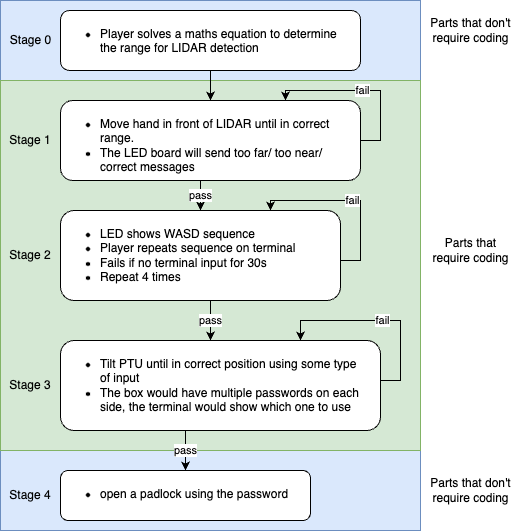
The draw.io diagram image/flowchart.drawio.png in jtho4403/Escape-Room, before a commit. Source tidied: cells renumbered, new cells last; positions are measured from the earlier drawing's top-left corner, leaving out a move shared by most shapes.
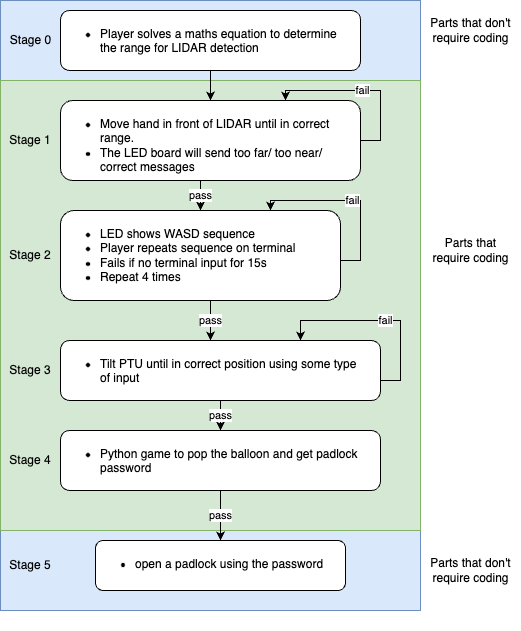
After the commit.

The edit, as a diff of the source:
```diff
@@ -2,26 +2,26 @@
   <root>
     <mxCell id="0" />
     <mxCell id="1" parent="0" />
-    <mxCell id="2" style="rounded=0;whiteSpace=wrap;html=1;strokeColor=none;" parent="1" vertex="1">
-      <mxGeometry width="520" height="530" as="geometry" />
-    </mxCell>
-    <mxCell id="3" style="rounded=0;whiteSpace=wrap;html=1;fillColor=#dae8fc;strokeColor=#6c8ebf;" parent="1" vertex="1">
-      <mxGeometry width="420" height="80" as="geometry" />
-    </mxCell>
-    <mxCell id="4" style="rounded=0;whiteSpace=wrap;html=1;fillColor=#dae8fc;strokeColor=#6c8ebf;" parent="1" vertex="1">
-      <mxGeometry y="450" width="420" height="80" as="geometry" />
-    </mxCell>
-    <mxCell id="5" style="rounded=0;whiteSpace=wrap;html=1;fillColor=#d5e8d4;strokeColor=#82b366;" parent="1" vertex="1">
-      <mxGeometry y="80" width="420" height="370" as="geometry" />
-    </mxCell>
-    <mxCell id="6" value="pass" style="edgeStyle=orthogonalEdgeStyle;rounded=0;jettySize=auto;html=1;" parent="1" edge="1" source="7" target="12">
-      <mxGeometry relative="1" as="geometry">
-        <Array as="points">
-          <mxPoint x="200" y="190" />
-          <mxPoint x="200" y="190" />
-        </Array>
-      </mxGeometry>
-    </mxCell>
+    <mxCell id="26" style="rounded=0;whiteSpace=wrap;html=1;strokeColor=none;" parent="1" vertex="1">
+      <mxGeometry width="520" height="630" as="geometry" />
+    </mxCell>
+    <mxCell id="27" style="rounded=0;whiteSpace=wrap;html=1;fillColor=#dae8fc;strokeColor=#6c8ebf;" parent="1" vertex="1">
+      <mxGeometry width="420" height="80" as="geometry" />
+    </mxCell>
+    <mxCell id="28" style="rounded=0;whiteSpace=wrap;html=1;fillColor=#dae8fc;strokeColor=#6c8ebf;" parent="1" vertex="1">
+      <mxGeometry y="530" width="420" height="80" as="geometry" />
+    </mxCell>
+    <mxCell id="29" style="rounded=0;whiteSpace=wrap;html=1;fillColor=#d5e8d4;strokeColor=#82b366;" parent="1" vertex="1">
+      <mxGeometry y="80" width="420" height="450" as="geometry" />
+    </mxCell>
+    <mxCell id="30" value="pass" style="edgeStyle=orthogonalEdgeStyle;rounded=0;jettySize=auto;html=1;" parent="1" edge="1" source="7" target="33">
+      <mxGeometry relative="1" as="geometry">
+        <Array as="points">
+          <mxPoint x="200" y="190" />
+          <mxPoint x="200" y="190" />
+        </Array>
+      </mxGeometry>
+    </mxCell>
     <mxCell id="7" value="&lt;ul&gt;&lt;li&gt;Move hand in front of LIDAR until in correct range.&lt;/li&gt;&lt;li&gt;The LED board will send too far/ too near/ correct messages&lt;/li&gt;&lt;/ul&gt;" style="rounded=1;whiteSpace=wrap;html=1;verticalAlign=top;align=left;spacingLeft=0;spacing=0;" parent="1" vertex="1">
       <mxGeometry x="60" y="100" width="300" height="80" as="geometry" />
     </mxCell>
@@ -31,27 +31,27 @@
     <mxCell id="9" value="Stage 2" style="text;html=1;strokeColor=none;fillColor=none;align=center;verticalAlign=middle;whiteSpace=wrap;rounded=0;" parent="1" vertex="1">
       <mxGeometry y="240" width="60" height="30" as="geometry" />
     </mxCell>
-    <mxCell id="10" value="fail" style="edgeStyle=orthogonalEdgeStyle;rounded=0;orthogonalLoop=1;jettySize=auto;html=1;exitX=1;exitY=0.5;exitDx=0;exitDy=0;entryX=0.75;entryY=0;entryDx=0;entryDy=0;" parent="1" edge="1" source="12" target="12">
-      <mxGeometry relative="1" as="geometry">
-        <Array as="points">
-          <mxPoint x="340" y="260" />
-          <mxPoint x="360" y="260" />
-          <mxPoint x="360" y="200" />
-          <mxPoint x="270" y="200" />
-        </Array>
-      </mxGeometry>
-    </mxCell>
-    <mxCell id="11" value="pass" style="edgeStyle=orthogonalEdgeStyle;rounded=0;jettySize=auto;html=1;" parent="1" edge="1" source="12" target="17">
-      <mxGeometry relative="1" as="geometry">
-        <Array as="points">
-          <mxPoint x="210" y="310" />
-          <mxPoint x="210" y="310" />
-        </Array>
-      </mxGeometry>
-    </mxCell>
-    <mxCell id="12" value="&lt;ul&gt;&lt;li&gt;LED shows WASD sequence&lt;/li&gt;&lt;li&gt;Player repeats sequence on terminal&lt;/li&gt;&lt;li&gt;Fails if no terminal input for 30s&lt;/li&gt;&lt;li&gt;Repeat 4 times&lt;/li&gt;&lt;/ul&gt;" style="rounded=1;whiteSpace=wrap;html=1;verticalAlign=top;align=left;spacingLeft=0;spacing=0;" parent="1" vertex="1">
-      <mxGeometry x="60" y="210" width="280" height="90" as="geometry" />
-    </mxCell>
+    <mxCell id="31" value="fail" style="edgeStyle=orthogonalEdgeStyle;rounded=0;orthogonalLoop=1;jettySize=auto;html=1;exitX=1;exitY=0.5;exitDx=0;exitDy=0;entryX=0.75;entryY=0;entryDx=0;entryDy=0;" parent="1" edge="1" source="33" target="33">
+      <mxGeometry relative="1" as="geometry">
+        <Array as="points">
+          <mxPoint x="340" y="260" />
+          <mxPoint x="360" y="260" />
+          <mxPoint x="360" y="200" />
+          <mxPoint x="270" y="200" />
+        </Array>
+      </mxGeometry>
+    </mxCell>
+    <mxCell id="32" value="pass" style="edgeStyle=orthogonalEdgeStyle;rounded=0;jettySize=auto;html=1;" parent="1" edge="1" source="33" target="36">
+      <mxGeometry relative="1" as="geometry">
+        <Array as="points">
+          <mxPoint x="210" y="310" />
+          <mxPoint x="210" y="310" />
+        </Array>
+      </mxGeometry>
+    </mxCell>
+    <mxCell id="33" value="&lt;ul&gt;&lt;li&gt;LED shows WASD sequence&lt;/li&gt;&lt;li&gt;Player repeats sequence on terminal&lt;/li&gt;&lt;li&gt;Fails if no terminal input for 15s&lt;/li&gt;&lt;li&gt;Repeat 4 times&lt;/li&gt;&lt;/ul&gt;" style="rounded=1;whiteSpace=wrap;html=1;verticalAlign=top;align=left;spacingLeft=0;spacing=0;" parent="1" vertex="1">
+      <mxGeometry x="60" y="210" width="280" height="90" as="geometry" />
+    </mxCell>
     <mxCell id="13" value="fail" style="edgeStyle=orthogonalEdgeStyle;rounded=0;orthogonalLoop=1;jettySize=auto;html=1;exitX=1;exitY=0.5;exitDx=0;exitDy=0;entryX=0.75;entryY=0;entryDx=0;entryDy=0;" parent="1" edge="1" source="7" target="7">
       <mxGeometry relative="1" as="geometry">
         <Array as="points">
@@ -62,35 +62,30 @@
       </mxGeometry>
     </mxCell>
     <mxCell id="14" value="Stage 3" style="text;html=1;strokeColor=none;fillColor=none;align=center;verticalAlign=middle;whiteSpace=wrap;rounded=0;" parent="1" vertex="1">
-      <mxGeometry y="370" width="60" height="30" as="geometry" />
+      <mxGeometry y="355" width="60" height="30" as="geometry" />
     </mxCell>
-    <mxCell id="15" value="fail" style="edgeStyle=orthogonalEdgeStyle;rounded=0;orthogonalLoop=1;jettySize=auto;html=1;exitX=1;exitY=0.5;exitDx=0;exitDy=0;entryX=0.75;entryY=0;entryDx=0;entryDy=0;" parent="1" edge="1" source="17" target="17">
-      <mxGeometry relative="1" as="geometry">
-        <Array as="points">
-          <mxPoint x="380" y="380" />
-          <mxPoint x="400" y="380" />
-          <mxPoint x="400" y="320" />
-          <mxPoint x="300" y="320" />
-        </Array>
-      </mxGeometry>
-    </mxCell>
-    <mxCell id="16" value="pass" style="edgeStyle=orthogonalEdgeStyle;rounded=0;jettySize=auto;html=1;" parent="1" edge="1" source="17" target="18">
-      <mxGeometry relative="1" as="geometry">
-        <Array as="points">
-          <mxPoint x="185" y="440" />
-          <mxPoint x="185" y="440" />
-        </Array>
-      </mxGeometry>
-    </mxCell>
-    <mxCell id="17" value="&lt;ul&gt;&lt;li&gt;Tilt PTU until in correct position using some type of input&amp;nbsp;&lt;/li&gt;&lt;li&gt;The box would have multiple passwords on each side, the terminal would show which one to use&lt;/li&gt;&lt;/ul&gt;" style="rounded=1;whiteSpace=wrap;html=1;verticalAlign=top;align=left;spacingLeft=0;spacing=0;spacingRight=20;" parent="1" vertex="1">
-      <mxGeometry x="60" y="340" width="320" height="90" as="geometry" />
-    </mxCell>
+    <mxCell id="34" value="fail" style="edgeStyle=orthogonalEdgeStyle;rounded=0;orthogonalLoop=1;jettySize=auto;html=1;exitX=1;exitY=0.5;exitDx=0;exitDy=0;entryX=0.75;entryY=0;entryDx=0;entryDy=0;" parent="1" edge="1" source="36" target="36">
+      <mxGeometry relative="1" as="geometry">
+        <Array as="points">
+          <mxPoint x="380" y="380" />
+          <mxPoint x="400" y="380" />
+          <mxPoint x="400" y="320" />
+          <mxPoint x="300" y="320" />
+        </Array>
+      </mxGeometry>
+    </mxCell>
+    <mxCell id="35" value="pass" style="edgeStyle=orthogonalEdgeStyle;rounded=0;jettySize=auto;html=1;" parent="1" edge="1" source="36" target="41">
+      <mxGeometry relative="1" as="geometry" />
+    </mxCell>
+    <mxCell id="36" value="&lt;ul&gt;&lt;li&gt;Tilt PTU until in correct position using some type of input&amp;nbsp;&lt;/li&gt;&lt;/ul&gt;" style="rounded=1;whiteSpace=wrap;html=1;verticalAlign=top;align=left;spacingLeft=0;spacing=0;spacingRight=20;" parent="1" vertex="1">
+      <mxGeometry x="60" y="340" width="320" height="60" as="geometry" />
+    </mxCell>
     <mxCell id="18" value="&lt;ul&gt;&lt;li&gt;open a padlock using the password&lt;/li&gt;&lt;/ul&gt;" style="rounded=1;whiteSpace=wrap;html=1;verticalAlign=top;align=left;spacingLeft=0;spacing=0;spacingRight=20;" parent="1" vertex="1">
-      <mxGeometry x="60" y="470" width="250" height="50" as="geometry" />
+      <mxGeometry x="95" y="540" width="250" height="50" as="geometry" />
     </mxCell>
-    <mxCell id="19" value="Stage 4" style="text;html=1;strokeColor=none;fillColor=none;align=center;verticalAlign=middle;whiteSpace=wrap;rounded=0;" parent="1" vertex="1">
-      <mxGeometry y="480" width="60" height="30" as="geometry" />
-    </mxCell>
+    <mxCell id="37" value="Stage 5" style="text;html=1;strokeColor=none;fillColor=none;align=center;verticalAlign=middle;whiteSpace=wrap;rounded=0;" parent="1" vertex="1">
+      <mxGeometry y="550" width="60" height="30" as="geometry" />
+    </mxCell>
     <mxCell id="20" style="edgeStyle=orthogonalEdgeStyle;rounded=0;jettySize=auto;html=1;" parent="1" edge="1" source="21" target="7">
       <mxGeometry relative="1" as="geometry" />
     </mxCell>
@@ -100,14 +95,23 @@
     <mxCell id="22" value="Parts that &lt;br&gt;require coding" style="text;html=1;align=center;verticalAlign=middle;" parent="1" vertex="1">
       <mxGeometry x="420" y="230" width="100" height="40" as="geometry" />
     </mxCell>
-    <mxCell id="23" value="Parts that don't&lt;br&gt;require coding" style="text;html=1;align=center;verticalAlign=middle;" parent="1" vertex="1">
-      <mxGeometry x="420" y="470" width="100" height="40" as="geometry" />
-    </mxCell>
-    <mxCell id="24" value="Parts that don't&lt;br&gt;require coding" style="text;html=1;align=center;verticalAlign=middle;" parent="1" vertex="1">
-      <mxGeometry x="420" y="10" width="100" height="40" as="geometry" />
-    </mxCell>
+    <mxCell id="38" value="Parts that don't&lt;br&gt;require coding" style="text;html=1;align=center;verticalAlign=middle;" parent="1" vertex="1">
+      <mxGeometry x="420" y="550" width="100" height="40" as="geometry" />
+    </mxCell>
+    <mxCell id="39" value="Parts that don't&lt;br&gt;require coding" style="text;html=1;align=center;verticalAlign=middle;" parent="1" vertex="1">
+      <mxGeometry x="420" y="10" width="100" height="40" as="geometry" />
+    </mxCell>
     <mxCell id="25" value="Stage 0" style="text;html=1;align=center;verticalAlign=middle;strokeColor=none;fillColor=none;" parent="1" vertex="1">
       <mxGeometry y="25" width="60" height="30" as="geometry" />
     </mxCell>
+    <mxCell id="40" value="pass" style="edgeStyle=orthogonalEdgeStyle;rounded=0;jettySize=auto;html=1;" parent="1" edge="1" source="41" target="18">
+      <mxGeometry relative="1" as="geometry" />
+    </mxCell>
+    <mxCell id="41" value="&lt;ul&gt;&lt;li&gt;Python game to pop the balloon and get padlock password&lt;/li&gt;&lt;/ul&gt;" style="rounded=1;whiteSpace=wrap;html=1;verticalAlign=top;align=left;spacingLeft=0;spacing=0;spacingRight=20;" parent="1" vertex="1">
+      <mxGeometry x="60" y="430" width="320" height="60" as="geometry" />
+    </mxCell>
+    <mxCell id="19" value="Stage 4" style="text;html=1;strokeColor=none;fillColor=none;align=center;verticalAlign=middle;whiteSpace=wrap;rounded=0;" parent="1" vertex="1">
+      <mxGeometry y="445" width="60" height="30" as="geometry" />
+    </mxCell>
   </root>
 </mxGraphModel>
```
